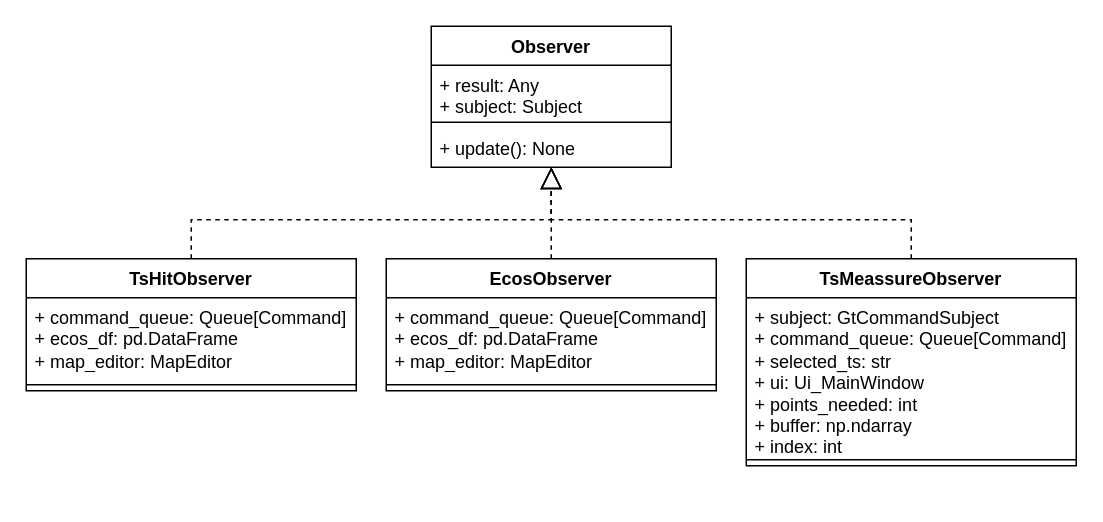
The draw.io diagram structural/observers.drawio in pascalreiss/draw_io_stuff, before the edit. Source tidied: cells renumbered, new cells numbered last; positions are measured from the earlier drawing's top-left corner, leaving out a move shared by most shapes. Both pictures are drawn from the tidied source at 150%, with x=0, y=0 at pixel (26, 26).
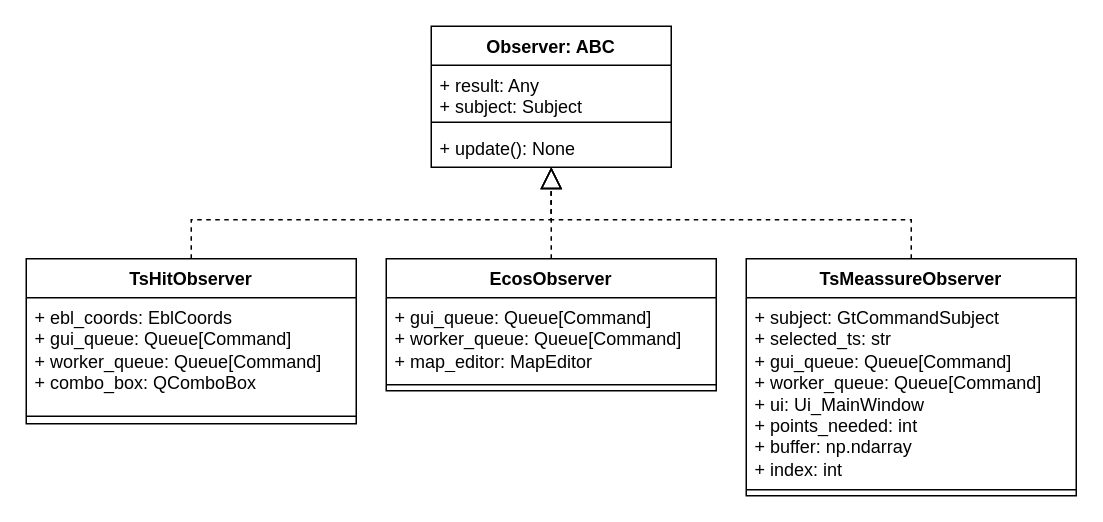
The same page after the edit.

The change refers to these unchanged cells:
```xml
<mxCell id="7" value="EcosObserver" style="swimlane;fontStyle=1;align=center;verticalAlign=top;horizontal=1;startSize=26;whiteSpace=wrap;html=1;" parent="1" vertex="1">
  <mxGeometry x="240" y="155" width="220" height="88" as="geometry" />
</mxCell>
```

Diff of the diagram source:
```diff
@@
-    <mxCell id="2" value="Observer" style="swimlane;fontStyle=1;align=center;verticalAlign=top;horizontal=1;startSize=26;whiteSpace=wrap;html=1;" parent="1" vertex="1">
+    <mxCell id="2" value="Observer: ABC" style="swimlane;fontStyle=1;align=center;verticalAlign=top;horizontal=1;startSize=26;whiteSpace=wrap;html=1;" parent="1" vertex="1">
       <mxGeometry x="270" width="160" height="94" as="geometry" />
     </mxCell>
@@
-    <mxCell id="8" value="+ command_queue: Queue[Command]&lt;br&gt;+ ecos_df: pd.DataFrame&lt;br&gt;+ map_editor: MapEditor" style="text;strokeColor=none;fillColor=none;align=left;verticalAlign=top;spacingLeft=4;spacingRight=4;overflow=hidden;whiteSpace=wrap;html=1;" parent="7" vertex="1">
+    <mxCell id="8" value="+ gui_queue: Queue[Command]&lt;br&gt;+ worker_queue: Queue[Command]&lt;br&gt;+ map_editor: MapEditor" style="text;strokeColor=none;fillColor=none;align=left;verticalAlign=top;spacingLeft=4;spacingRight=4;overflow=hidden;whiteSpace=wrap;html=1;" parent="7" vertex="1">
       <mxGeometry y="26" width="220" height="54" as="geometry" />
     </mxCell>
@@
     <mxCell id="10" value="TsHitObserver" style="swimlane;fontStyle=1;align=center;verticalAlign=top;horizontal=1;startSize=26;whiteSpace=wrap;html=1;" parent="1" vertex="1">
-      <mxGeometry y="155" width="220" height="88" as="geometry" />
+      <mxGeometry y="155" width="220" height="110" as="geometry" />
     </mxCell>
-    <mxCell id="11" value="+ command_queue: Queue[Command]&lt;br&gt;+ ecos_df: pd.DataFrame&lt;br&gt;+ map_editor: MapEditor" style="text;strokeColor=none;fillColor=none;align=left;verticalAlign=top;spacingLeft=4;spacingRight=4;overflow=hidden;whiteSpace=wrap;html=1;" parent="10" vertex="1">
-      <mxGeometry y="26" width="220" height="54" as="geometry" />
+    <mxCell id="11" value="&lt;div&gt;+ ebl_coords: EblCoords&lt;/div&gt;&lt;div&gt;+ gui_queue: Queue[Command]&lt;/div&gt;&lt;div&gt;+ worker_queue: Queue[Command]&lt;/div&gt;&lt;div&gt;+ combo_box: QComboBox&lt;br&gt;&lt;/div&gt;" style="text;strokeColor=none;fillColor=none;align=left;verticalAlign=top;spacingLeft=4;spacingRight=4;overflow=hidden;whiteSpace=wrap;html=1;" parent="10" vertex="1">
+      <mxGeometry y="26" width="220" height="74" as="geometry" />
     </mxCell>
     <mxCell id="12" style="line;strokeWidth=1;fillColor=none;align=left;verticalAlign=middle;spacingTop=-1;spacingLeft=3;spacingRight=3;labelPosition=right;strokeColor=inherit;" parent="10" vertex="1">
-      <mxGeometry y="80" width="220" height="8" as="geometry" />
+      <mxGeometry y="100" width="220" height="10" as="geometry" />
     </mxCell>
     <mxCell id="13" value="TsMeassureObserver" style="swimlane;fontStyle=1;align=center;verticalAlign=top;horizontal=1;startSize=26;whiteSpace=wrap;html=1;" parent="1" vertex="1">
-      <mxGeometry x="480" y="155" width="220" height="138" as="geometry" />
+      <mxGeometry x="480" y="155" width="220" height="158" as="geometry" />
     </mxCell>
-    <mxCell id="14" value="+ subject: GtCommandSubject&lt;br&gt;+ command_queue: Queue[Command]&lt;br&gt;+ selected_ts: str&lt;br&gt;+ ui: Ui_MainWindow&lt;br&gt;+ points_needed: int&lt;br&gt;+ buffer: np.ndarray&lt;br&gt;+ index: int" style="text;strokeColor=none;fillColor=none;align=left;verticalAlign=top;spacingLeft=4;spacingRight=4;overflow=hidden;whiteSpace=wrap;html=1;" parent="13" vertex="1">
-      <mxGeometry y="26" width="220" height="104" as="geometry" />
+    <mxCell id="14" value="+ subject: GtCommandSubject&lt;br&gt;&lt;div&gt;+ selected_ts: str&lt;/div&gt;&lt;div&gt;+ gui_queue: Queue[Command]&lt;/div&gt;&lt;div&gt;+ worker_queue: Queue[Command]&lt;br&gt;&lt;/div&gt;+ ui: Ui_MainWindow&lt;br&gt;+ points_needed: int&lt;br&gt;+ buffer: np.ndarray&lt;br&gt;+ index: int" style="text;strokeColor=none;fillColor=none;align=left;verticalAlign=top;spacingLeft=4;spacingRight=4;overflow=hidden;whiteSpace=wrap;html=1;" parent="13" vertex="1">
+      <mxGeometry y="26" width="220" height="124" as="geometry" />
     </mxCell>
     <mxCell id="15" style="line;strokeWidth=1;fillColor=none;align=left;verticalAlign=middle;spacingTop=-1;spacingLeft=3;spacingRight=3;labelPosition=right;strokeColor=inherit;" parent="13" vertex="1">
-      <mxGeometry y="130" width="220" height="8" as="geometry" />
+      <mxGeometry y="150" width="220" height="8" as="geometry" />
     </mxCell>
```
